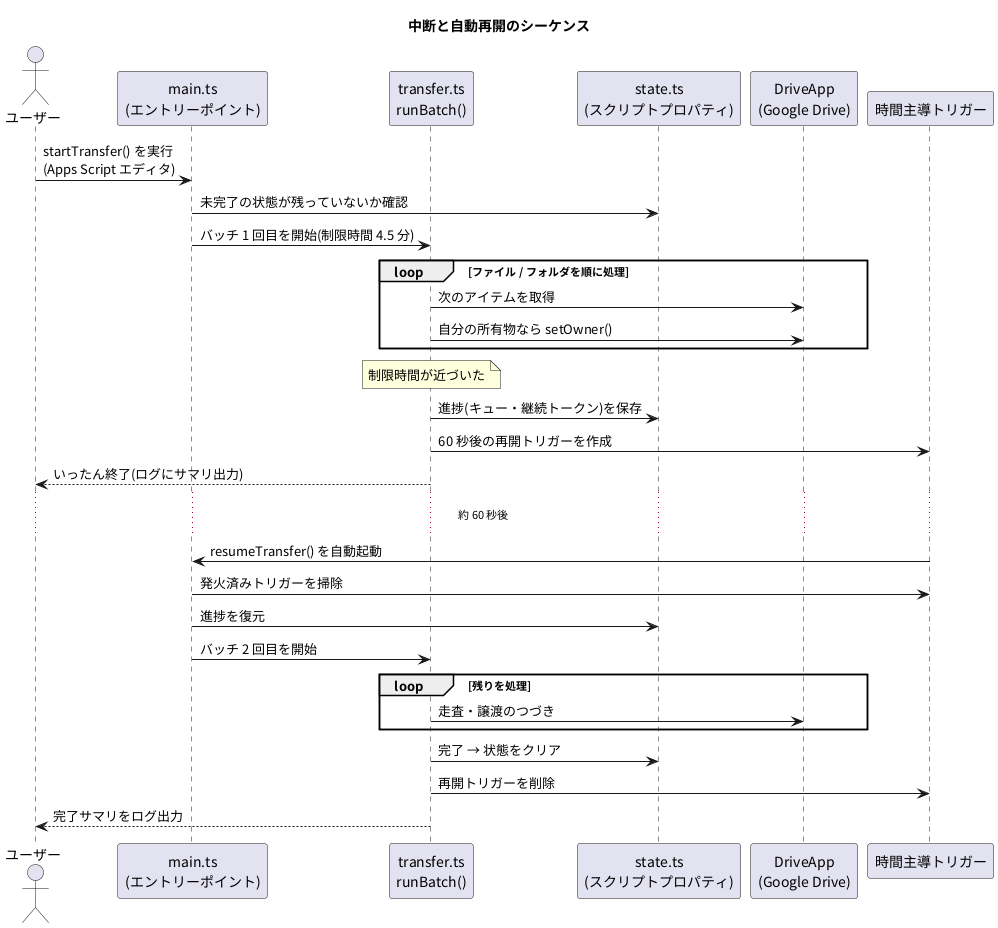
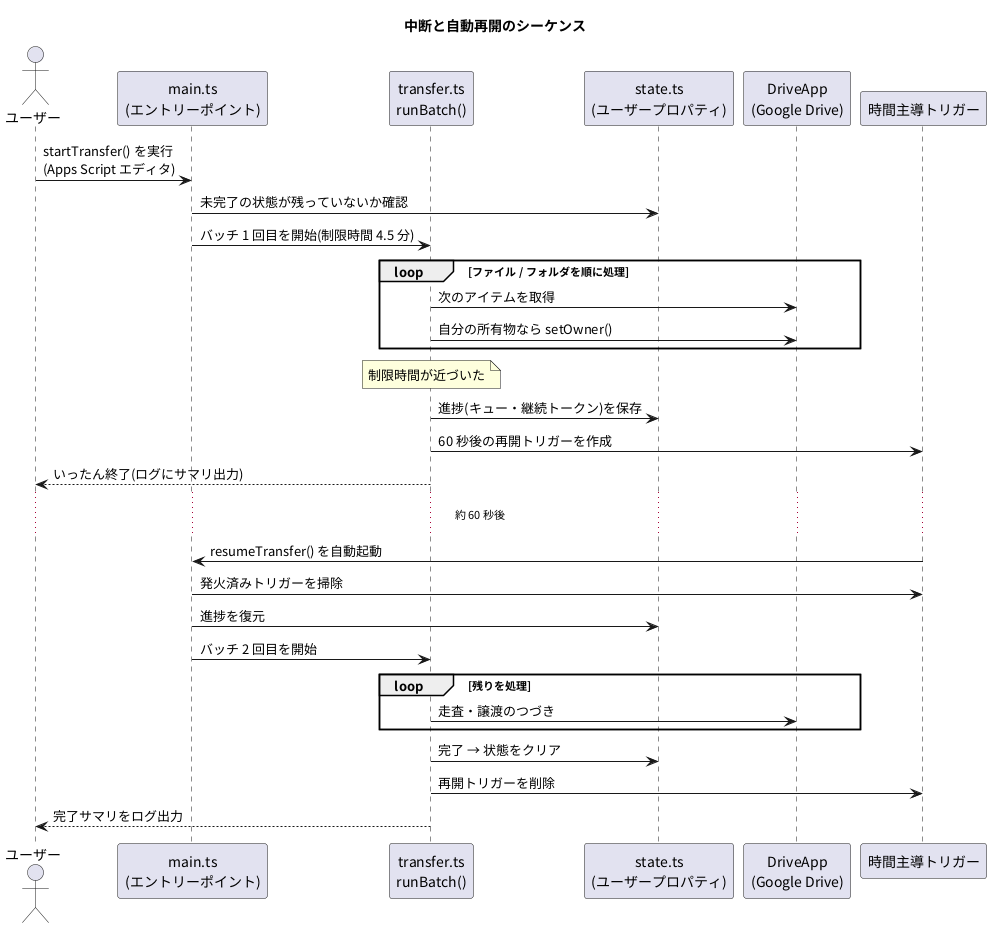
@startuml 03_resume_sequence
title 中断と自動再開のシーケンス
skinparam defaultFontName "Noto Sans CJK JP"
skinparam shadowing false

actor "ユーザー" as user
participant "main.ts\n(エントリーポイント)" as main
participant "transfer.ts\nrunBatch()" as batch
- participant "state.ts\n(スクリプトプロパティ)" as state
+ participant "state.ts\n(ユーザープロパティ)" as state
participant "DriveApp\n(Google Drive)" as drive
participant "時間主導トリガー" as trig

user -> main : startTransfer() を実行\n(Apps Script エディタ)
main -> state : 未完了の状態が残っていないか確認
main -> batch : バッチ 1 回目を開始(制限時間 4.5 分)
loop ファイル / フォルダを順に処理
  batch -> drive : 次のアイテムを取得
  batch -> drive : 自分の所有物なら setOwner()
end
note over batch : 制限時間が近づいた
batch -> state : 進捗(キュー・継続トークン)を保存
batch -> trig : 60 秒後の再開トリガーを作成
batch --> user : いったん終了(ログにサマリ出力)
...約 60 秒後...
trig -> main : resumeTransfer() を自動起動
main -> trig : 発火済みトリガーを掃除
main -> state : 進捗を復元
main -> batch : バッチ 2 回目を開始
loop 残りを処理
  batch -> drive : 走査・譲渡のつづき
end
batch -> state : 完了 → 状態をクリア
batch -> trig : 再開トリガーを削除
batch --> user : 完了サマリをログ出力
@enduml
